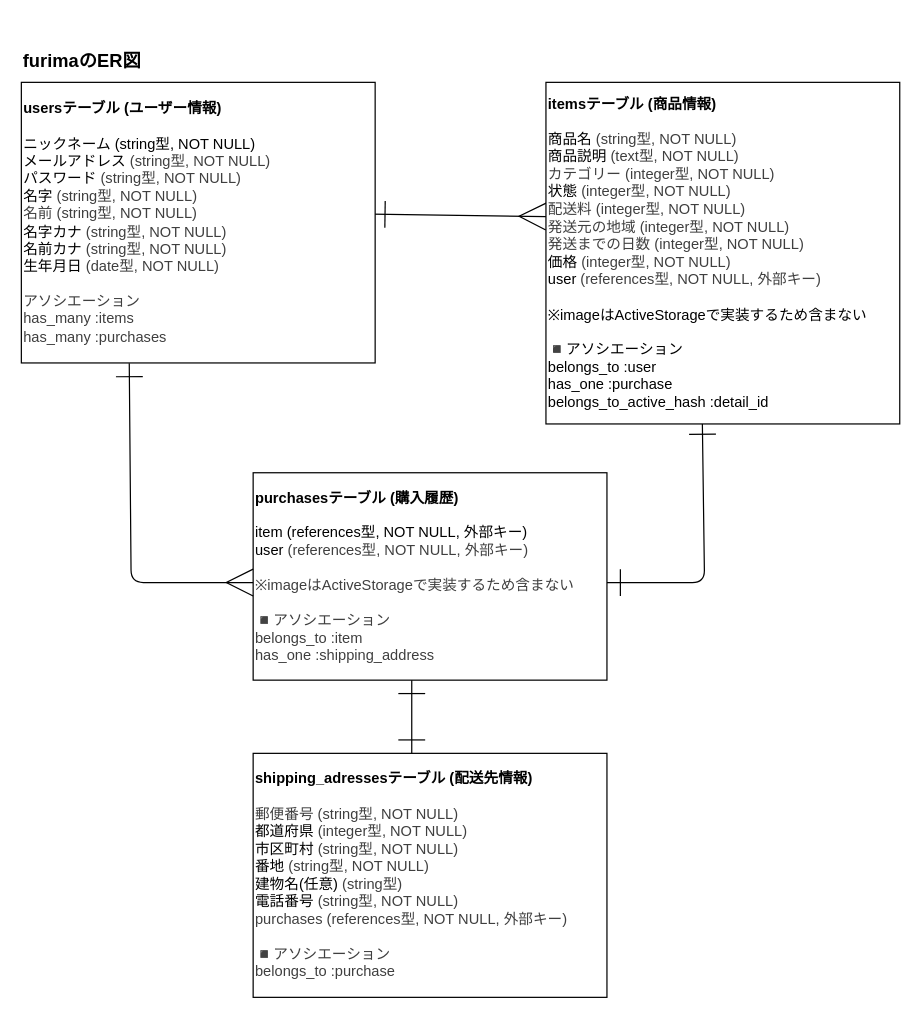
Above: er.dio in kuraomirako/furima-42532 (draw.io), before the change. Source tidied: cells renumbered, new cells numbered last; positions are measured from the earlier drawing's top-left corner, leaving out a move shared by most shapes. Both pictures are drawn from the tidied source at 122%, with x=0, y=0 at pixel (21, 33).
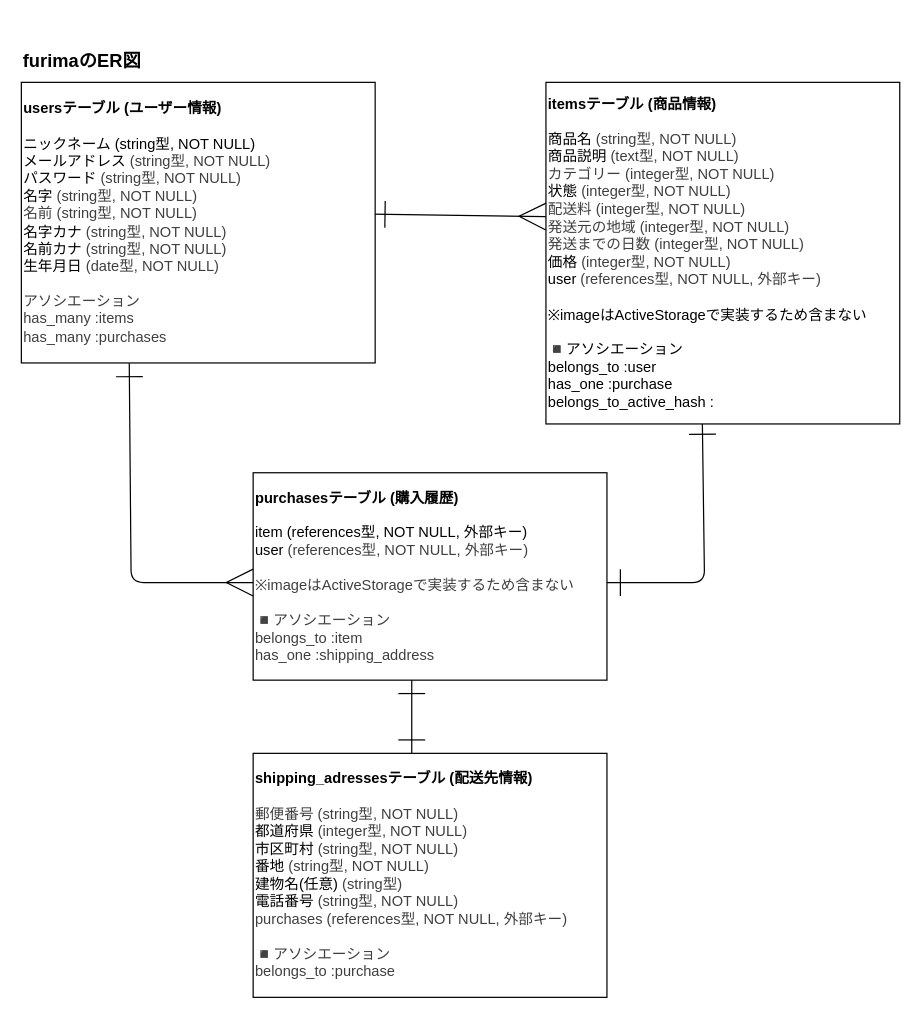
After the change.

What changed in the source:
```diff
@@
 <mxGraphModel>
   <root>
     <mxCell id="0" />
     <mxCell id="1" parent="0" />
     <mxCell id="2" value="&lt;h1&gt;&lt;font style=&quot;font-size: 15px;&quot;&gt;furimaのER図&lt;/font&gt;&lt;/h1&gt;" style="whiteSpace=wrap;html=1;align=center;strokeColor=none;" parent="1" vertex="1">
       <mxGeometry width="100" height="40" as="geometry" />
     </mxCell>
     <mxCell id="3" style="edgeStyle=none;html=1;exitX=0.99;exitY=0.47;exitDx=0;exitDy=0;entryX=0;entryY=0.5;entryDx=0;entryDy=0;targetPerimeterSpacing=6;sourcePerimeterSpacing=6;endSize=20;endArrow=ERmany;endFill=0;startSize=20;strokeColor=default;startArrow=ERone;startFill=0;exitPerimeter=0;" parent="1" edge="1" source="4">
       <mxGeometry relative="1" as="geometry">
         <mxPoint x="430" y="150" as="targetPoint" />
       </mxGeometry>
     </mxCell>
     <mxCell id="4" value="&lt;div&gt;&lt;b&gt;usersテーブル (ユーザー情報)&lt;/b&gt;&lt;/div&gt;&lt;div&gt;&lt;br&gt;&lt;/div&gt;&lt;div&gt;ニックネーム (string型, NOT NULL)&lt;/div&gt;&lt;div&gt;&lt;span style=&quot;background-color: transparent;&quot;&gt;メールアドレス&lt;/span&gt;&lt;span style=&quot;color: rgb(63, 63, 63); background-color: transparent;&quot;&gt;&amp;nbsp;&lt;/span&gt;&lt;span style=&quot;color: rgb(63, 63, 63); background-color: transparent;&quot;&gt;(string型, NOT NULL)&lt;/span&gt;&lt;/div&gt;&lt;div&gt;パスワード&lt;span style=&quot;background-color: transparent; color: rgb(63, 63, 63);&quot;&gt;&amp;nbsp;&lt;/span&gt;&lt;span style=&quot;background-color: transparent; color: rgb(63, 63, 63);&quot;&gt;(string型, NOT NULL)&lt;/span&gt;&lt;/div&gt;&lt;div&gt;名字&lt;span style=&quot;background-color: transparent; color: rgb(63, 63, 63);&quot;&gt;&amp;nbsp;&lt;/span&gt;&lt;span style=&quot;background-color: transparent; color: rgb(63, 63, 63);&quot;&gt;(string型, NOT NULL)&lt;/span&gt;&lt;/div&gt;&lt;div&gt;&lt;span style=&quot;background-color: transparent; color: rgb(63, 63, 63);&quot;&gt;名前&amp;nbsp;&lt;/span&gt;&lt;span style=&quot;background-color: transparent; color: rgb(63, 63, 63);&quot;&gt;(string型, NOT NULL)&lt;/span&gt;&lt;/div&gt;&lt;div&gt;名字カナ&lt;span style=&quot;background-color: transparent; color: rgb(63, 63, 63);&quot;&gt;&amp;nbsp;&lt;/span&gt;&lt;span style=&quot;background-color: transparent; color: rgb(63, 63, 63);&quot;&gt;(string型, NOT NULL)&lt;/span&gt;&lt;/div&gt;&lt;div&gt;名前カナ&lt;span style=&quot;background-color: transparent; color: rgb(63, 63, 63);&quot;&gt;&amp;nbsp;&lt;/span&gt;&lt;span style=&quot;background-color: transparent; color: rgb(63, 63, 63);&quot;&gt;(string型, NOT NULL)&lt;/span&gt;&lt;/div&gt;&lt;div&gt;生年月日&lt;span style=&quot;background-color: transparent; color: rgb(63, 63, 63);&quot;&gt;&amp;nbsp;&lt;/span&gt;&lt;span style=&quot;background-color: transparent; color: rgb(63, 63, 63);&quot;&gt;(date型, NOT NULL)&lt;/span&gt;&lt;/div&gt;&lt;div&gt;&lt;span style=&quot;background-color: transparent; color: rgb(63, 63, 63);&quot;&gt;&lt;br&gt;&lt;/span&gt;&lt;/div&gt;&lt;div&gt;&lt;span style=&quot;background-color: transparent; color: rgb(63, 63, 63);&quot;&gt;アソシエーション&lt;/span&gt;&lt;/div&gt;&lt;div&gt;&lt;span style=&quot;background-color: transparent; color: rgb(63, 63, 63);&quot;&gt;has_many :items&lt;/span&gt;&lt;/div&gt;&lt;div&gt;&lt;span style=&quot;background-color: transparent; color: rgb(63, 63, 63);&quot;&gt;has_many :purchases&lt;/span&gt;&lt;/div&gt;" style="whiteSpace=wrap;html=1;align=left;" parent="1" vertex="1">
       <mxGeometry y="40" width="290" height="230" as="geometry" />
     </mxCell>
     <mxCell id="5" style="edgeStyle=none;html=1;endSize=20;startSize=20;endArrow=ERone;endFill=0;startArrow=ERone;startFill=0;exitX=0.442;exitY=0.991;exitDx=0;exitDy=0;exitPerimeter=0;" parent="1" edge="1" source="6">
       <mxGeometry relative="1" as="geometry">
         <mxPoint x="480" y="450" as="targetPoint" />
         <Array as="points">
           <mxPoint x="560" y="450" />
         </Array>
       </mxGeometry>
     </mxCell>
-    <mxCell id="6" value="&lt;div&gt;&lt;b&gt;itemsテーブル (商品情報)&lt;/b&gt;&lt;/div&gt;&lt;div&gt;&lt;br&gt;&lt;/div&gt;&lt;div&gt;商品名&lt;span style=&quot;color: rgb(63, 63, 63); background-color: transparent;&quot;&gt;&amp;nbsp;&lt;/span&gt;&lt;span style=&quot;color: rgb(63, 63, 63); background-color: transparent;&quot;&gt;(string型, NOT NULL)&lt;/span&gt;&lt;/div&gt;&lt;div&gt;商品説明&lt;span style=&quot;color: rgb(63, 63, 63); background-color: transparent;&quot;&gt;&amp;nbsp;&lt;/span&gt;&lt;span style=&quot;color: rgb(63, 63, 63); background-color: transparent;&quot;&gt;(text型, NOT NULL)&lt;/span&gt;&lt;/div&gt;&lt;div&gt;&lt;span style=&quot;color: rgb(63, 63, 63); background-color: transparent;&quot;&gt;カテゴリー (integer型, NOT NULL)&lt;/span&gt;&lt;/div&gt;&lt;div&gt;状態&lt;span style=&quot;color: rgb(63, 63, 63); background-color: transparent;&quot;&gt;&amp;nbsp;&lt;/span&gt;&lt;span style=&quot;color: rgb(63, 63, 63); background-color: transparent;&quot;&gt;(integer型, NOT NULL)&lt;/span&gt;&lt;/div&gt;&lt;div&gt;&lt;span style=&quot;color: rgb(63, 63, 63); background-color: transparent;&quot;&gt;配送料&lt;/span&gt;&lt;span style=&quot;color: rgb(63, 63, 63); background-color: transparent;&quot;&gt;&amp;nbsp;&lt;/span&gt;&lt;span style=&quot;color: rgb(63, 63, 63); background-color: transparent;&quot;&gt;(integer型, NOT NULL)&lt;/span&gt;&lt;/div&gt;&lt;div&gt;&lt;span style=&quot;color: rgb(63, 63, 63); background-color: transparent;&quot;&gt;発送元の地域&lt;/span&gt;&lt;span style=&quot;color: rgb(63, 63, 63); background-color: transparent;&quot;&gt;&amp;nbsp;&lt;/span&gt;&lt;span style=&quot;color: rgb(63, 63, 63); background-color: transparent;&quot;&gt;(integer型, NOT NULL)&lt;/span&gt;&lt;/div&gt;&lt;div&gt;&lt;span style=&quot;color: rgb(63, 63, 63); background-color: transparent;&quot;&gt;発送までの日数&lt;/span&gt;&lt;span style=&quot;color: rgb(63, 63, 63); background-color: transparent;&quot;&gt;&amp;nbsp;&lt;/span&gt;&lt;span style=&quot;color: rgb(63, 63, 63); background-color: transparent;&quot;&gt;(integer型, NOT NULL)&lt;/span&gt;&lt;/div&gt;&lt;div&gt;価格&lt;span style=&quot;color: rgb(63, 63, 63); background-color: transparent;&quot;&gt;&amp;nbsp;&lt;/span&gt;&lt;span style=&quot;color: rgb(63, 63, 63); background-color: transparent;&quot;&gt;(integer型, NOT NULL)&lt;/span&gt;&lt;/div&gt;&lt;div&gt;user&lt;span style=&quot;color: rgb(63, 63, 63); background-color: transparent;&quot;&gt;&amp;nbsp;&lt;/span&gt;&lt;span style=&quot;color: rgb(63, 63, 63); background-color: transparent;&quot;&gt;(references型, NOT NULL, 外部キー)&lt;/span&gt;&lt;/div&gt;&lt;div&gt;&lt;br&gt;&lt;/div&gt;&lt;div&gt;※imageはActiveStorageで実装するため含まない&lt;/div&gt;&lt;div&gt;&lt;br&gt;&lt;/div&gt;&lt;div&gt;◾️アソシエーション&lt;/div&gt;&lt;div&gt;belongs_to :user&lt;/div&gt;&lt;div&gt;has_one :purchase&lt;/div&gt;&lt;div&gt;belongs_to_active_hash :detail_id&lt;/div&gt;" style="whiteSpace=wrap;html=1;align=left;" parent="1" vertex="1">
+    <mxCell id="6" value="&lt;div&gt;&lt;b&gt;itemsテーブル (商品情報)&lt;/b&gt;&lt;/div&gt;&lt;div&gt;&lt;br&gt;&lt;/div&gt;&lt;div&gt;商品名&lt;span style=&quot;color: rgb(63, 63, 63); background-color: transparent;&quot;&gt;&amp;nbsp;&lt;/span&gt;&lt;span style=&quot;color: rgb(63, 63, 63); background-color: transparent;&quot;&gt;(string型, NOT NULL)&lt;/span&gt;&lt;/div&gt;&lt;div&gt;商品説明&lt;span style=&quot;color: rgb(63, 63, 63); background-color: transparent;&quot;&gt;&amp;nbsp;&lt;/span&gt;&lt;span style=&quot;color: rgb(63, 63, 63); background-color: transparent;&quot;&gt;(text型, NOT NULL)&lt;/span&gt;&lt;/div&gt;&lt;div&gt;&lt;span style=&quot;color: rgb(63, 63, 63); background-color: transparent;&quot;&gt;カテゴリー (integer型, NOT NULL)&lt;/span&gt;&lt;/div&gt;&lt;div&gt;状態&lt;span style=&quot;color: rgb(63, 63, 63); background-color: transparent;&quot;&gt;&amp;nbsp;&lt;/span&gt;&lt;span style=&quot;color: rgb(63, 63, 63); background-color: transparent;&quot;&gt;(integer型, NOT NULL)&lt;/span&gt;&lt;/div&gt;&lt;div&gt;&lt;span style=&quot;color: rgb(63, 63, 63); background-color: transparent;&quot;&gt;配送料&lt;/span&gt;&lt;span style=&quot;color: rgb(63, 63, 63); background-color: transparent;&quot;&gt;&amp;nbsp;&lt;/span&gt;&lt;span style=&quot;color: rgb(63, 63, 63); background-color: transparent;&quot;&gt;(integer型, NOT NULL)&lt;/span&gt;&lt;/div&gt;&lt;div&gt;&lt;span style=&quot;color: rgb(63, 63, 63); background-color: transparent;&quot;&gt;発送元の地域&lt;/span&gt;&lt;span style=&quot;color: rgb(63, 63, 63); background-color: transparent;&quot;&gt;&amp;nbsp;&lt;/span&gt;&lt;span style=&quot;color: rgb(63, 63, 63); background-color: transparent;&quot;&gt;(integer型, NOT NULL)&lt;/span&gt;&lt;/div&gt;&lt;div&gt;&lt;span style=&quot;color: rgb(63, 63, 63); background-color: transparent;&quot;&gt;発送までの日数&lt;/span&gt;&lt;span style=&quot;color: rgb(63, 63, 63); background-color: transparent;&quot;&gt;&amp;nbsp;&lt;/span&gt;&lt;span style=&quot;color: rgb(63, 63, 63); background-color: transparent;&quot;&gt;(integer型, NOT NULL)&lt;/span&gt;&lt;/div&gt;&lt;div&gt;価格&lt;span style=&quot;color: rgb(63, 63, 63); background-color: transparent;&quot;&gt;&amp;nbsp;&lt;/span&gt;&lt;span style=&quot;color: rgb(63, 63, 63); background-color: transparent;&quot;&gt;(integer型, NOT NULL)&lt;/span&gt;&lt;/div&gt;&lt;div&gt;user&lt;span style=&quot;color: rgb(63, 63, 63); background-color: transparent;&quot;&gt;&amp;nbsp;&lt;/span&gt;&lt;span style=&quot;color: rgb(63, 63, 63); background-color: transparent;&quot;&gt;(references型, NOT NULL, 外部キー)&lt;/span&gt;&lt;/div&gt;&lt;div&gt;&lt;br&gt;&lt;/div&gt;&lt;div&gt;※imageはActiveStorageで実装するため含まない&lt;/div&gt;&lt;div&gt;&lt;br&gt;&lt;/div&gt;&lt;div&gt;◾️アソシエーション&lt;/div&gt;&lt;div&gt;belongs_to :user&lt;/div&gt;&lt;div&gt;has_one :purchase&lt;/div&gt;&lt;div&gt;belongs_to_active_hash :&lt;/div&gt;" style="whiteSpace=wrap;html=1;align=left;" parent="1" vertex="1">
       <mxGeometry x="430" y="40" width="290" height="280" as="geometry" />
     </mxCell>
     <mxCell id="7" value="&lt;div&gt;&lt;b&gt;purchasesテーブル (購入履歴)&lt;/b&gt;&lt;/div&gt;&lt;div&gt;&lt;br&gt;&lt;/div&gt;&lt;div&gt;item (references型, NOT NULL, 外部キー)&lt;/div&gt;&lt;div&gt;user&lt;span style=&quot;color: rgb(63, 63, 63); background-color: transparent;&quot;&gt;&amp;nbsp;&lt;/span&gt;&lt;span style=&quot;color: rgb(63, 63, 63); background-color: transparent;&quot;&gt;(references型, NOT NULL, 外部キー)&lt;/span&gt;&lt;/div&gt;&lt;div&gt;&lt;span style=&quot;background-color: transparent; color: rgb(63, 63, 63);&quot;&gt;&lt;br&gt;&lt;/span&gt;&lt;/div&gt;&lt;div&gt;&lt;span style=&quot;background-color: transparent; color: rgb(63, 63, 63);&quot;&gt;&lt;span style=&quot;color: rgb(63, 63, 63);&quot;&gt;※imageはActiveStorageで実装するため含まない&lt;/span&gt;&lt;/span&gt;&lt;/div&gt;&lt;div&gt;&lt;span style=&quot;background-color: transparent; color: rgb(63, 63, 63);&quot;&gt;&lt;span style=&quot;color: rgb(63, 63, 63);&quot;&gt;&lt;br&gt;&lt;/span&gt;&lt;/span&gt;&lt;/div&gt;&lt;div&gt;&lt;span style=&quot;background-color: transparent; color: rgb(63, 63, 63);&quot;&gt;&lt;span style=&quot;color: rgb(63, 63, 63);&quot;&gt;◾️アソシエーション&lt;/span&gt;&lt;/span&gt;&lt;/div&gt;&lt;div&gt;&lt;span style=&quot;background-color: transparent; color: rgb(63, 63, 63);&quot;&gt;&lt;span style=&quot;color: rgb(63, 63, 63);&quot;&gt;belongs_to :item&lt;/span&gt;&lt;/span&gt;&lt;/div&gt;&lt;div&gt;&lt;span style=&quot;background-color: transparent; color: rgb(63, 63, 63);&quot;&gt;&lt;span style=&quot;color: rgb(63, 63, 63);&quot;&gt;has_one :shipping_address&lt;/span&gt;&lt;/span&gt;&lt;/div&gt;" style="whiteSpace=wrap;html=1;align=left;" parent="1" vertex="1">
       <mxGeometry x="190" y="360" width="290" height="170" as="geometry" />
     </mxCell>
     <mxCell id="8" value="&lt;div&gt;&lt;b&gt;shipping_adressesテーブル (配送先情報)&lt;/b&gt;&lt;/div&gt;&lt;div&gt;&lt;br&gt;&lt;/div&gt;&lt;div&gt;&lt;span style=&quot;background-color: transparent; color: rgb(63, 63, 63);&quot;&gt;郵便番号&amp;nbsp;&lt;/span&gt;&lt;span style=&quot;background-color: transparent; color: rgb(63, 63, 63);&quot;&gt;(string型, NOT NULL)&lt;/span&gt;&lt;/div&gt;&lt;div&gt;都道府県&lt;span style=&quot;background-color: transparent; color: rgb(63, 63, 63);&quot;&gt;&amp;nbsp;&lt;/span&gt;&lt;span style=&quot;background-color: transparent; color: rgb(63, 63, 63);&quot;&gt;(integer型, NOT NULL)&lt;/span&gt;&lt;/div&gt;&lt;div&gt;市区町村&lt;span style=&quot;background-color: transparent; color: rgb(63, 63, 63);&quot;&gt;&amp;nbsp;&lt;/span&gt;&lt;span style=&quot;background-color: transparent; color: rgb(63, 63, 63);&quot;&gt;(string型, NOT NULL)&lt;/span&gt;&lt;/div&gt;&lt;div&gt;番地&lt;span style=&quot;background-color: transparent; color: rgb(63, 63, 63);&quot;&gt;&amp;nbsp;&lt;/span&gt;&lt;span style=&quot;background-color: transparent; color: rgb(63, 63, 63);&quot;&gt;(string型, NOT NULL)&lt;/span&gt;&lt;/div&gt;&lt;div&gt;建物名(任意)&lt;span style=&quot;background-color: transparent; color: rgb(63, 63, 63);&quot;&gt;&amp;nbsp;&lt;/span&gt;&lt;span style=&quot;background-color: transparent; color: rgb(63, 63, 63);&quot;&gt;(string型)&lt;/span&gt;&lt;/div&gt;&lt;div&gt;電話番号&lt;span style=&quot;background-color: transparent; color: rgb(63, 63, 63);&quot;&gt;&amp;nbsp;&lt;/span&gt;&lt;span style=&quot;background-color: transparent; color: rgb(63, 63, 63);&quot;&gt;(string型, NOT NULL)&lt;/span&gt;&lt;/div&gt;&lt;div&gt;&lt;span style=&quot;background-color: transparent; color: rgb(63, 63, 63);&quot;&gt;purchases (references型, NOT NULL, 外部キー)&lt;/span&gt;&lt;/div&gt;&lt;div&gt;&lt;span style=&quot;background-color: transparent; color: rgb(63, 63, 63);&quot;&gt;&lt;br&gt;&lt;/span&gt;&lt;/div&gt;&lt;div&gt;&lt;span style=&quot;background-color: transparent; color: rgb(63, 63, 63);&quot;&gt;◾️アソシエーション&lt;/span&gt;&lt;/div&gt;&lt;div&gt;&lt;span style=&quot;background-color: transparent; color: rgb(63, 63, 63);&quot;&gt;belongs_to :purchase&lt;/span&gt;&lt;/div&gt;" style="whiteSpace=wrap;html=1;align=left;" parent="1" vertex="1">
       <mxGeometry x="190" y="590" width="290" height="200" as="geometry" />
     </mxCell>
     <mxCell id="9" style="edgeStyle=none;html=1;endSize=20;startSize=20;endArrow=ERone;endFill=0;startArrow=ERone;startFill=0;" parent="1" edge="1">
       <mxGeometry relative="1" as="geometry">
         <mxPoint x="320" y="530" as="sourcePoint" />
         <mxPoint x="320" y="590" as="targetPoint" />
       </mxGeometry>
     </mxCell>
     <mxCell id="10" style="edgeStyle=none;html=1;endSize=20;startSize=20;endArrow=ERmany;endFill=0;startArrow=ERone;startFill=0;exitX=0.305;exitY=1.001;exitDx=0;exitDy=0;exitPerimeter=0;" parent="1" edge="1" source="4">
       <mxGeometry relative="1" as="geometry">
         <mxPoint x="190" y="450" as="targetPoint" />
         <Array as="points">
           <mxPoint x="90" y="450" />
         </Array>
       </mxGeometry>
     </mxCell>
   </root>
 </mxGraphModel>
```
